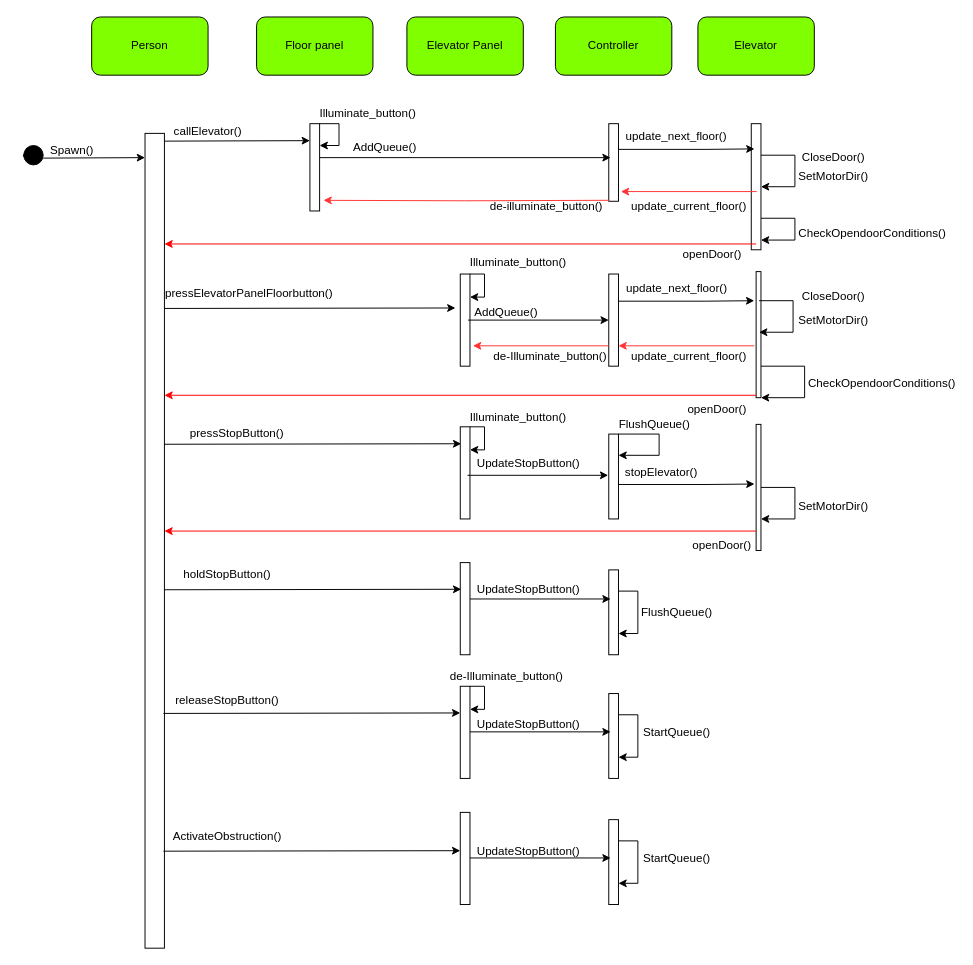
This is page "Sekvensdiagram" (4 of 4) of state_machine.drawio from hk-lor/Tilpdat-TTK4235-heis, a draw.io file, before an edit. Source tidied: cells renumbered, new cells numbered last; positions are measured from the earlier drawing's top-left corner, leaving out a move shared by most shapes. Both pictures are drawn from the tidied source at 97%, with x=0, y=0 at pixel (-253, 16).
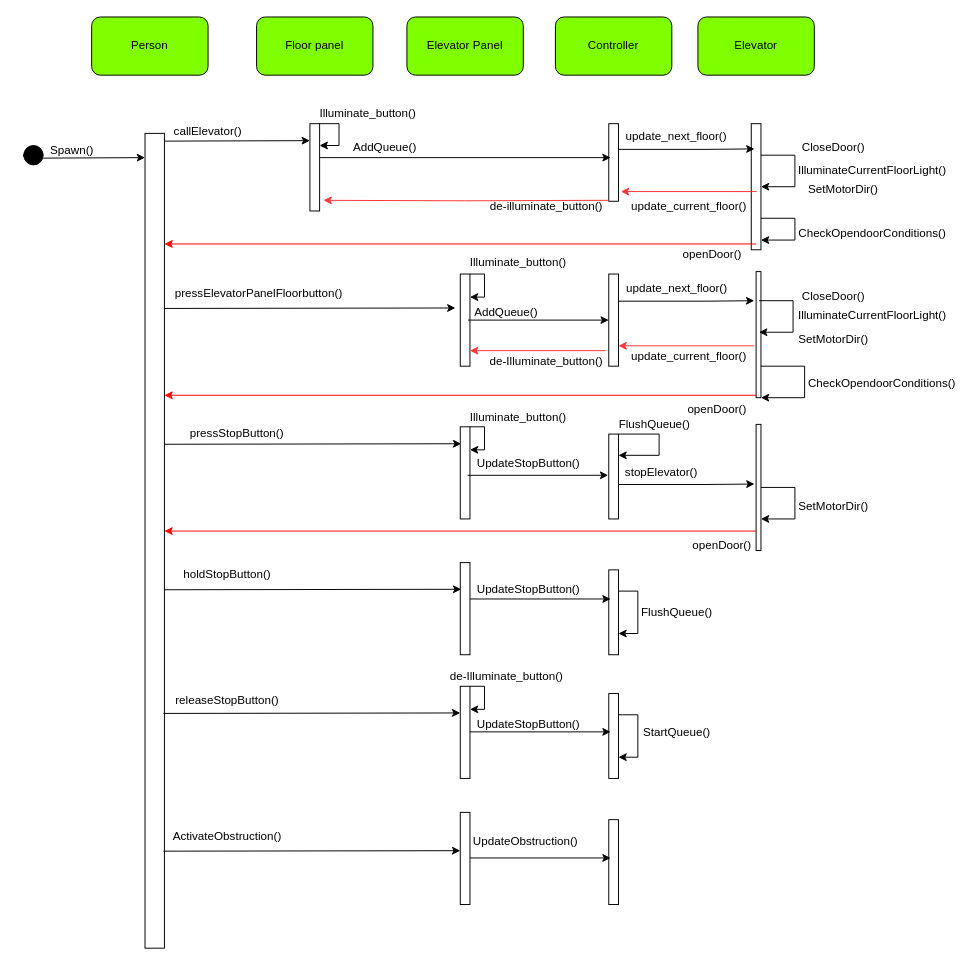
Above is the later version.

Unchanged cells that the change refers to:
```xml
<mxCell id="92" style="rounded=0;whiteSpace=wrap;html=1;fillColor=#FFFFFF;direction=south;" parent="1" vertex="1">
  <mxGeometry x="888.1" y="827.5" width="10" height="87.5" as="geometry" />
</mxCell>
```

What changed in the source:
```diff
@@
     <mxCell id="17" value="SetMotorDir()" style="text;html=1;strokeColor=none;fillColor=none;align=center;verticalAlign=middle;whiteSpace=wrap;rounded=0;" parent="1" vertex="1">
-      <mxGeometry x="1060" y="152.5" width="120" height="25" as="geometry" />
+      <mxGeometry x="1070" y="165" width="120" height="25" as="geometry" />
     </mxCell>
@@
     <mxCell id="22" value="pressElevatorPanelFloorbutton()" style="text;html=1;strokeColor=none;fillColor=none;align=center;verticalAlign=middle;whiteSpace=wrap;rounded=0;" parent="1" vertex="1">
-      <mxGeometry x="495" y="270" width="45" height="30" as="geometry" />
+      <mxGeometry x="505" y="270" width="45" height="30" as="geometry" />
     </mxCell>
@@
     <mxCell id="29" value="SetMotorDir()" style="text;html=1;strokeColor=none;fillColor=none;align=center;verticalAlign=middle;whiteSpace=wrap;rounded=0;" parent="1" vertex="1">
-      <mxGeometry x="1060" y="300" width="120" height="25" as="geometry" />
+      <mxGeometry x="1060" y="320" width="120" height="25" as="geometry" />
     </mxCell>
@@
-    <mxCell id="44" style="edgeStyle=orthogonalEdgeStyle;rounded=0;orthogonalLoop=1;jettySize=auto;html=1;exitX=0.5;exitY=1;exitDx=0;exitDy=0;strokeColor=#FF3333;" parent="1" edge="1">
-      <mxGeometry relative="1" as="geometry">
-        <mxPoint x="888.1" y="339" as="sourcePoint" />
-        <mxPoint x="748.1" y="339" as="targetPoint" />
-      </mxGeometry>
-    </mxCell>
     <mxCell id="45" value="de-Illuminate_button()" style="text;html=1;strokeColor=none;fillColor=none;align=center;verticalAlign=middle;whiteSpace=wrap;rounded=0;" parent="1" vertex="1">
-      <mxGeometry x="768.1" y="340" width="120" height="20" as="geometry" />
+      <mxGeometry x="763.8" y="345" width="120" height="20" as="geometry" />
     </mxCell>
@@
     <mxCell id="57" value="CloseDoor()" style="text;html=1;strokeColor=none;fillColor=none;align=center;verticalAlign=middle;whiteSpace=wrap;rounded=0;" parent="1" vertex="1">
-      <mxGeometry x="1060" y="132.5" width="120" height="25" as="geometry" />
+      <mxGeometry x="1060" y="122.5" width="120" height="25" as="geometry" />
     </mxCell>
@@
-    <mxCell id="95" value="UpdateStopButton()" style="text;html=1;strokeColor=none;fillColor=none;align=center;verticalAlign=middle;whiteSpace=wrap;rounded=0;" parent="1" vertex="1">
-      <mxGeometry x="767.5" y="850" width="75" height="20" as="geometry" />
+    <mxCell id="95" value="UpdateObstruction()" style="text;html=1;strokeColor=none;fillColor=none;align=center;verticalAlign=middle;whiteSpace=wrap;rounded=0;" parent="1" vertex="1">
+      <mxGeometry x="765" y="840" width="75" height="20" as="geometry" />
     </mxCell>
-    <mxCell id="96" value="StartQueue()" style="text;html=1;strokeColor=none;fillColor=none;align=center;verticalAlign=middle;whiteSpace=wrap;rounded=0;" parent="1" vertex="1">
-      <mxGeometry x="920.6" y="857.5" width="75" height="20" as="geometry" />
-    </mxCell>
-    <mxCell id="97" style="edgeStyle=orthogonalEdgeStyle;rounded=0;orthogonalLoop=1;jettySize=auto;html=1;exitX=0.25;exitY=0;exitDx=0;exitDy=0;entryX=0.75;entryY=0;entryDx=0;entryDy=0;strokeColor=#000000;fillColor=#FF0000;" parent="1" edge="1" source="92" target="92">
-      <mxGeometry relative="1" as="geometry" />
-    </mxCell>
@@
+    <mxCell id="100" style="edgeStyle=orthogonalEdgeStyle;rounded=0;orthogonalLoop=1;jettySize=auto;html=1;exitX=0.5;exitY=1;exitDx=0;exitDy=0;strokeColor=#FF3333;" parent="1" edge="1">
+      <mxGeometry relative="1" as="geometry">
+        <mxPoint x="885" y="344" as="sourcePoint" />
+        <mxPoint x="745" y="344" as="targetPoint" />
+      </mxGeometry>
+    </mxCell>
+    <mxCell id="101" value="IlluminateCurrentFloorLight()" style="text;html=1;strokeColor=none;fillColor=none;align=center;verticalAlign=middle;whiteSpace=wrap;rounded=0;" parent="1" vertex="1">
+      <mxGeometry x="1100" y="295" width="120" height="25" as="geometry" />
+    </mxCell>
+    <mxCell id="102" value="IlluminateCurrentFloorLight()" style="text;html=1;strokeColor=none;fillColor=none;align=center;verticalAlign=middle;whiteSpace=wrap;rounded=0;" parent="1" vertex="1">
+      <mxGeometry x="1100" y="145" width="120" height="25" as="geometry" />
+    </mxCell>
```
